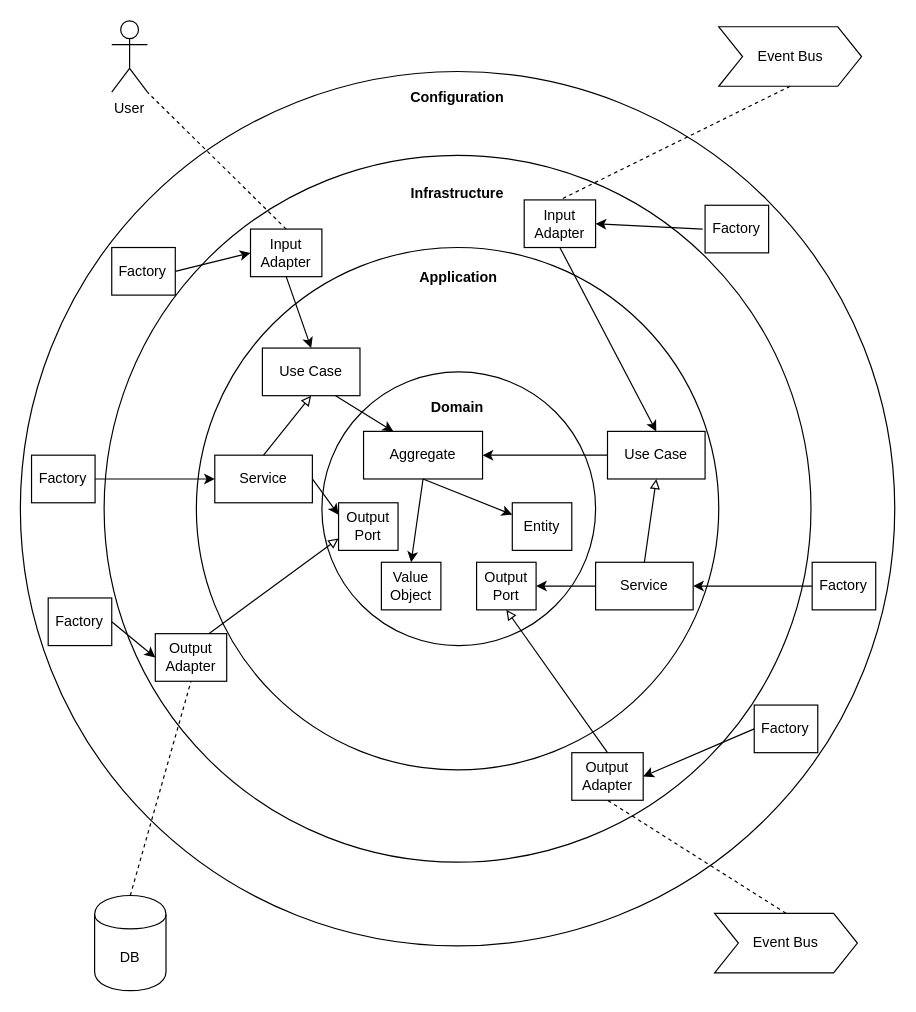
Before: docs/clean_architecture/clean_architecture.drawio in sneufeind/hexagonal-architecture-example-java, a draw.io diagram. Source tidied: cells renumbered, new cells numbered last; positions are measured from the earlier drawing's top-left corner, leaving out a move shared by most shapes. Both pictures are drawn from the tidied source at 119%, with x=0, y=0 at pixel (20, 20).
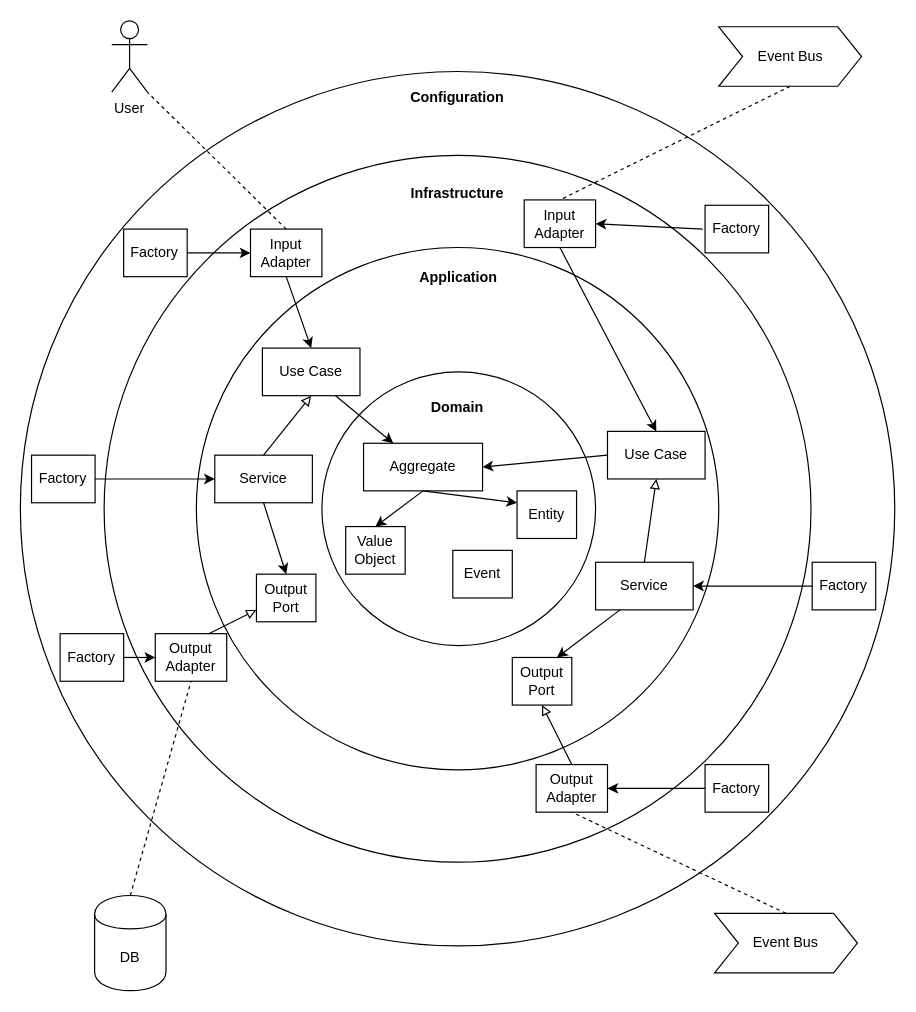
After the change.

The change refers to these unchanged cells:
```xml
<mxCell id="19" value="Service" style="rounded=0;whiteSpace=wrap;html=1;" parent="1" vertex="1">
  <mxGeometry x="163" y="365" width="82" height="40" as="geometry" />
</mxCell>
<mxCell id="21" value="Service" style="rounded=0;whiteSpace=wrap;html=1;" parent="1" vertex="1">
  <mxGeometry x="483" y="455" width="82" height="40" as="geometry" />
</mxCell>
```

What changed in the source:
```diff
@@
     <mxCell id="6" value="Aggregate" style="rounded=0;whiteSpace=wrap;html=1;" parent="1" vertex="1">
-      <mxGeometry x="288" y="345" width="100" height="40" as="geometry" />
+      <mxGeometry x="288" y="355" width="100" height="40" as="geometry" />
     </mxCell>
     <mxCell id="7" value="Entity" style="rounded=0;whiteSpace=wrap;html=1;" parent="1" vertex="1">
-      <mxGeometry x="413" y="405" width="50" height="40" as="geometry" />
+      <mxGeometry x="417" y="395" width="50" height="40" as="geometry" />
     </mxCell>
     <mxCell id="8" value="Value &lt;br&gt;Object" style="rounded=0;whiteSpace=wrap;html=1;" parent="1" vertex="1">
-      <mxGeometry x="303" y="455" width="50" height="40" as="geometry" />
+      <mxGeometry x="273" y="425" width="50" height="40" as="geometry" />
     </mxCell>
@@
     <mxCell id="28" value="Output&lt;br&gt;Adapter" style="rounded=0;whiteSpace=wrap;html=1;" parent="1" vertex="1">
-      <mxGeometry x="463" y="615" width="60" height="40" as="geometry" />
+      <mxGeometry x="433" y="625" width="60" height="40" as="geometry" />
     </mxCell>
     <mxCell id="29" value="Output&lt;br&gt;Port" style="rounded=0;whiteSpace=wrap;html=1;" parent="1" vertex="1">
-      <mxGeometry x="383" y="455" width="50" height="40" as="geometry" />
+      <mxGeometry x="413" y="535" width="50" height="40" as="geometry" />
     </mxCell>
     <mxCell id="30" value="Output&lt;br&gt;Port" style="rounded=0;whiteSpace=wrap;html=1;" parent="1" vertex="1">
-      <mxGeometry x="267" y="405" width="50" height="40" as="geometry" />
+      <mxGeometry x="198" y="465" width="50" height="40" as="geometry" />
     </mxCell>
-    <mxCell id="31" style="endArrow=classic;html=1;exitX=1;exitY=0.5;exitDx=0;exitDy=0;entryX=0;entryY=0.25;entryDx=0;entryDy=0;" parent="1" edge="1" source="19" target="30">
+    <mxCell id="31" style="endArrow=classic;html=1;exitX=0.5;exitY=1;exitDx=0;exitDy=0;entryX=0.5;entryY=0;entryDx=0;entryDy=0;" parent="1" edge="1" source="19" target="30">
       <mxGeometry relative="1" as="geometry" />
     </mxCell>
-    <mxCell id="32" style="endArrow=classic;html=1;exitX=0;exitY=0.5;exitDx=0;exitDy=0;entryX=1;entryY=0.5;entryDx=0;entryDy=0;" parent="1" edge="1" source="21" target="29">
+    <mxCell id="32" style="endArrow=classic;html=1;exitX=0.25;exitY=1;exitDx=0;exitDy=0;entryX=0.75;entryY=0;entryDx=0;entryDy=0;" parent="1" edge="1" source="21" target="29">
       <mxGeometry relative="1" as="geometry" />
     </mxCell>
@@
     <mxCell id="39" value="Factory" style="rounded=0;whiteSpace=wrap;html=1;" parent="1" vertex="1">
-      <mxGeometry x="616.3" y="575" width="53.4" height="40" as="geometry" />
+      <mxGeometry x="575" y="625" width="53.4" height="40" as="geometry" />
     </mxCell>
@@
     <mxCell id="41" value="Factory" style="rounded=0;whiteSpace=wrap;html=1;" parent="1" vertex="1">
-      <mxGeometry x="23" y="485" width="53.4" height="40" as="geometry" />
+      <mxGeometry x="33" y="515" width="53.4" height="40" as="geometry" />
     </mxCell>
@@
     <mxCell id="48" value="Factory" style="rounded=0;whiteSpace=wrap;html=1;" parent="1" vertex="1">
-      <mxGeometry x="76.4" y="190.5" width="53.4" height="40" as="geometry" />
+      <mxGeometry x="86.4" y="175" width="53.4" height="40" as="geometry" />
     </mxCell>
@@
+    <mxCell id="55" value="Event" style="rounded=0;whiteSpace=wrap;html=1;" parent="1" vertex="1">
+      <mxGeometry x="363" y="445" width="50" height="40" as="geometry" />
+    </mxCell>
```
